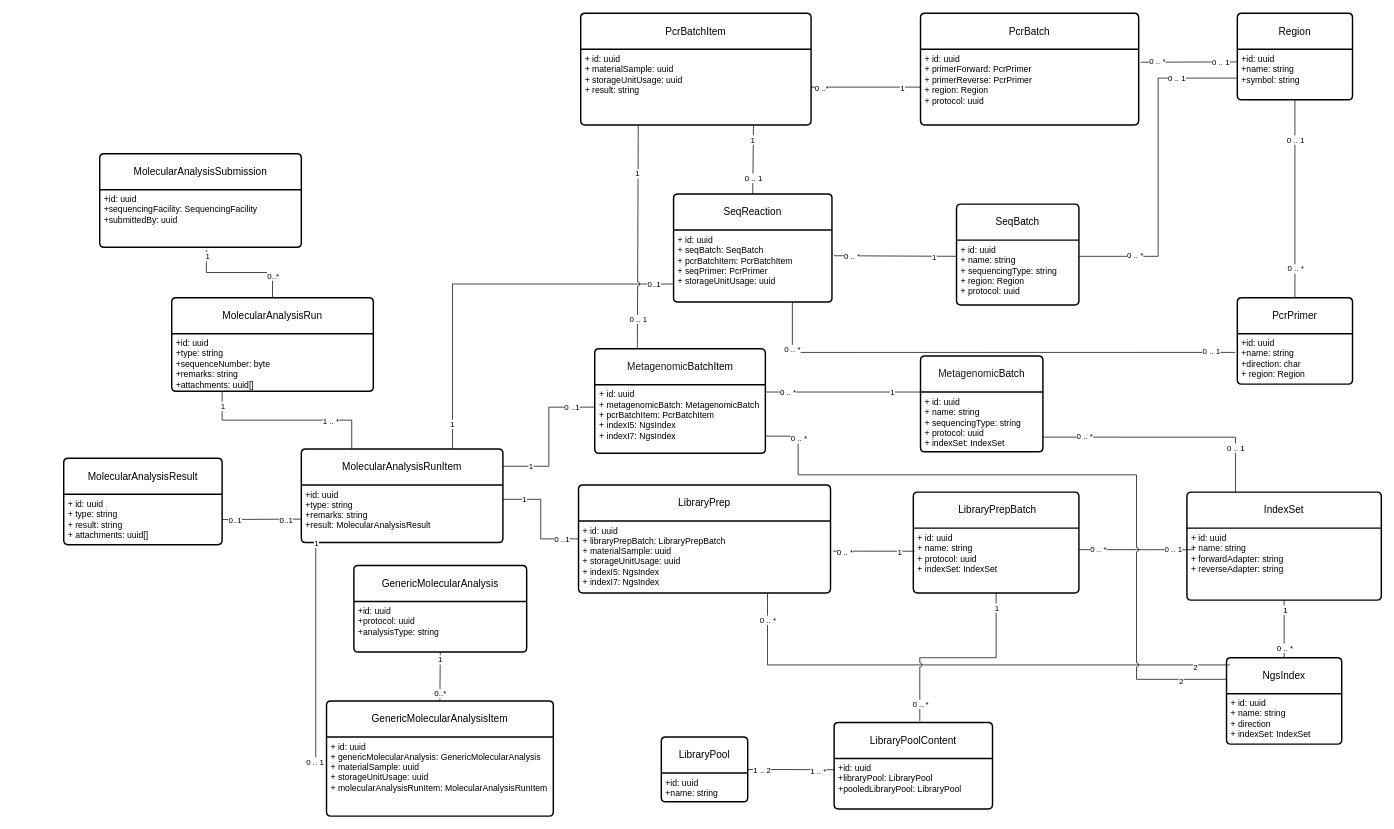
This is docs/sequencingModule.drawio from AAFC-BICoE/seqdb-api, a draw.io file, before an edit. Source tidied: cells renumbered, new cells numbered last; positions are measured from the earlier drawing's top-left corner, leaving out a move shared by most shapes. Both pictures are drawn from the tidied source at 72%, with x=0, y=0 at pixel (63, 13).
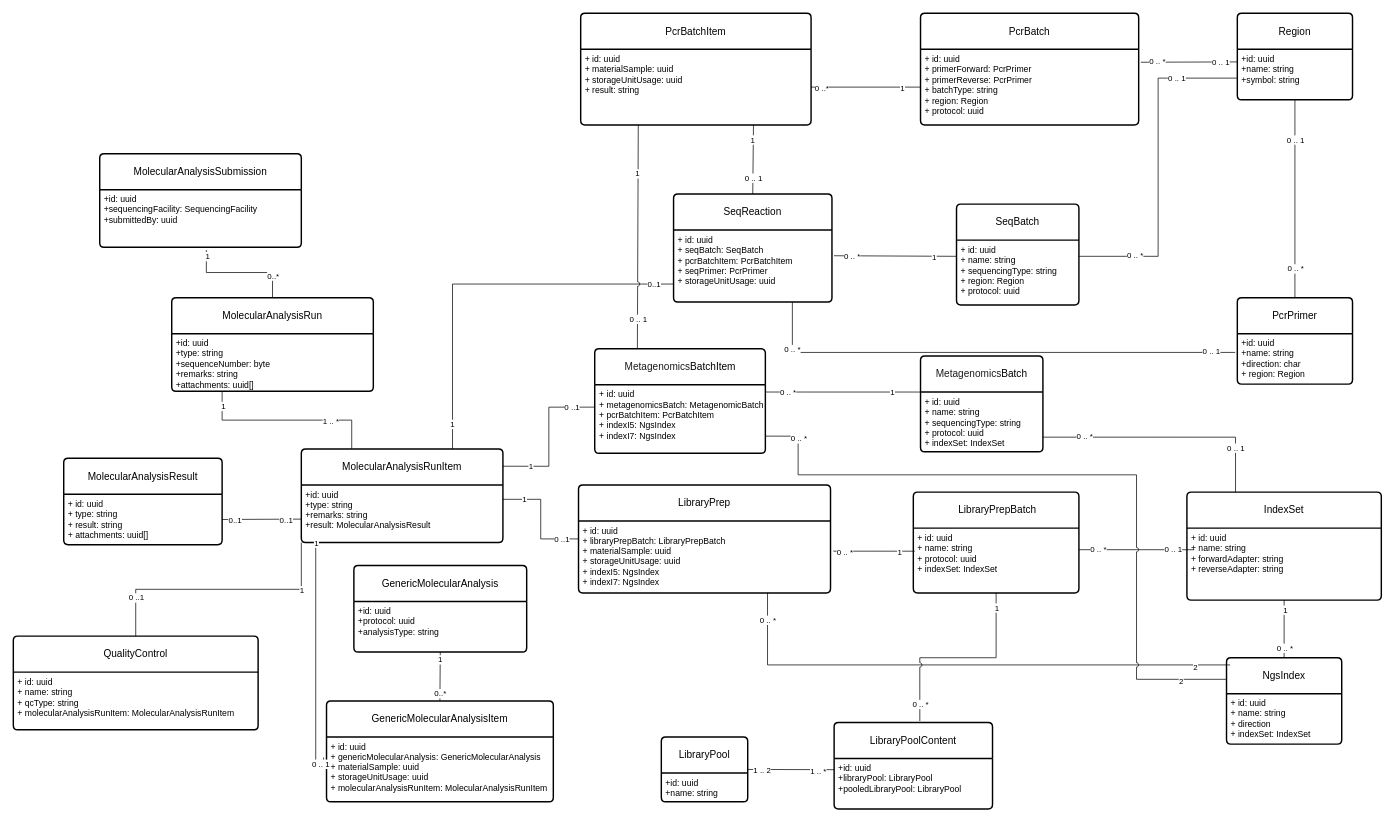
The same diagram, later.

Unchanged cells that the change refers to:
```xml
<mxCell id="4" value="PcrBatch" style="swimlane;horizontal=1;startSize=50;rounded=1;fontSize=14;fontStyle=0;strokeWidth=2;shadow=0;dashed=0;align=center;arcSize=4;whiteSpace=wrap;html=1;" parent="1" vertex="1">
  <mxGeometry x="1190" width="303" height="155" as="geometry" />
</mxCell>
<mxCell id="72" value="+id: uuid&lt;br&gt;+type: string&lt;br&gt;+remarks: string&lt;div&gt;+result: MolecularAnalysisResult&lt;/div&gt;" style="align=left;strokeColor=none;fillColor=none;spacingLeft=4;fontSize=12;verticalAlign=top;html=1;" parent="71" vertex="1">
  <mxGeometry y="50" width="280" height="80" as="geometry" />
</mxCell>
```

Change to the diagram source:
```diff
@@
-    <mxCell id="5" value="+ id: uuid&lt;div&gt;+ primerForward: PcrPrimer&lt;br&gt;+ primerReverse: PcrPrimer&lt;br&gt;+ region: Region&lt;div&gt;+&amp;nbsp;protocol: uuid&lt;/div&gt;&lt;/div&gt;" style="align=left;strokeColor=none;fillColor=none;spacingLeft=4;fontSize=12;verticalAlign=top;html=1;" parent="4" vertex="1">
+    <mxCell id="5" value="+ id: uuid&lt;div&gt;+ primerForward: PcrPrimer&lt;br&gt;+ primerReverse: PcrPrimer&lt;/div&gt;&lt;div&gt;+ batchType: string&lt;br&gt;+ region: Region&lt;div&gt;+&amp;nbsp;protocol: uuid&lt;/div&gt;&lt;/div&gt;" style="align=left;strokeColor=none;fillColor=none;spacingLeft=4;fontSize=12;verticalAlign=top;html=1;" parent="4" vertex="1">
       <mxGeometry y="50" width="303" height="105" as="geometry" />
     </mxCell>
@@
     <mxCell id="57" value="GenericMolecularAnalysisItem" style="swimlane;horizontal=1;startSize=50;rounded=1;fontSize=14;fontStyle=0;strokeWidth=2;shadow=0;dashed=0;align=center;arcSize=4;whiteSpace=wrap;html=1;" parent="1" vertex="1">
-      <mxGeometry x="365" y="955" width="315" height="160" as="geometry" />
+      <mxGeometry x="365" y="955" width="315" height="140" as="geometry" />
     </mxCell>
     <mxCell id="58" value="+ id: uuid&lt;div style=&quot;&quot;&gt;+ g&lt;span style=&quot;text-align: center; text-wrap: wrap;&quot;&gt;enericMolecularAnalysis:&amp;nbsp;&lt;/span&gt;&lt;span style=&quot;text-align: center; text-wrap: wrap;&quot;&gt;GenericMolecularAnalysis&lt;/span&gt;&lt;br&gt;+&amp;nbsp;materialSample: uuid&lt;div&gt;+&amp;nbsp;storageUnitUsage: uuid&lt;/div&gt;&lt;div&gt;+ molecularAnalysisRunItem: M&lt;span style=&quot;background-color: initial;&quot;&gt;olecularAnalysisRunItem&lt;/span&gt;&lt;/div&gt;&lt;/div&gt;" style="align=left;strokeColor=none;fillColor=none;spacingLeft=4;fontSize=12;verticalAlign=top;html=1;" parent="57" vertex="1">
-      <mxGeometry y="50" width="315" height="110" as="geometry" />
+      <mxGeometry y="50" width="315" height="90" as="geometry" />
     </mxCell>
@@
-    <mxCell id="98" value="&lt;font style=&quot;font-size: 14px;&quot;&gt;&lt;span style=&quot;color: rgb(27, 27, 27); text-align: start; background-color: rgb(255, 255, 255);&quot;&gt;&lt;font face=&quot;Helvetica&quot;&gt;Metagenomic&lt;/font&gt;&lt;/span&gt;Batch&lt;/font&gt;" style="swimlane;horizontal=1;startSize=50;rounded=1;fontSize=14;fontStyle=0;strokeWidth=2;shadow=0;dashed=0;align=center;arcSize=4;whiteSpace=wrap;html=1;" parent="1" vertex="1">
+    <mxCell id="98" value="&lt;font style=&quot;font-size: 14px;&quot;&gt;&lt;span style=&quot;color: rgb(27, 27, 27); text-align: start; background-color: rgb(255, 255, 255);&quot;&gt;&lt;font face=&quot;Helvetica&quot;&gt;Metagenomics&lt;/font&gt;&lt;/span&gt;Batch&lt;/font&gt;" style="swimlane;horizontal=1;startSize=50;rounded=1;fontSize=14;fontStyle=0;strokeWidth=2;shadow=0;dashed=0;align=center;arcSize=4;whiteSpace=wrap;html=1;" parent="1" vertex="1">
       <mxGeometry x="1190" y="476" width="170" height="133" as="geometry" />
     </mxCell>
@@
-    <mxCell id="100" value="&lt;font style=&quot;font-size: 14px;&quot;&gt;&lt;span style=&quot;color: rgb(27, 27, 27); text-align: start; background-color: rgb(255, 255, 255);&quot;&gt;&lt;font face=&quot;Helvetica&quot;&gt;Metagenomic&lt;/font&gt;&lt;/span&gt;BatchItem&lt;/font&gt;" style="swimlane;horizontal=1;startSize=50;rounded=1;fontSize=14;fontStyle=0;strokeWidth=2;shadow=0;dashed=0;align=center;arcSize=4;whiteSpace=wrap;html=1;" parent="1" vertex="1">
+    <mxCell id="100" value="&lt;font style=&quot;font-size: 14px;&quot;&gt;&lt;span style=&quot;color: rgb(27, 27, 27); text-align: start; background-color: rgb(255, 255, 255);&quot;&gt;&lt;font face=&quot;Helvetica&quot;&gt;Metagenomics&lt;/font&gt;&lt;/span&gt;BatchItem&lt;/font&gt;" style="swimlane;horizontal=1;startSize=50;rounded=1;fontSize=14;fontStyle=0;strokeWidth=2;shadow=0;dashed=0;align=center;arcSize=4;whiteSpace=wrap;html=1;" parent="1" vertex="1">
       <mxGeometry x="737.5" y="466" width="237" height="145" as="geometry" />
     </mxCell>
-    <mxCell id="101" value="+ id: uuid&lt;br&gt;+ metagenomicBatch: MetagenomicBatch&lt;div&gt;+ pcrBatchItem: PcrBatchItem&lt;/div&gt;&lt;div&gt;+ indexI5: NgsIndex&lt;br&gt;&lt;div&gt;+ indexI7: NgsIndex&lt;/div&gt;&lt;/div&gt;" style="align=left;strokeColor=none;fillColor=none;spacingLeft=4;fontSize=12;verticalAlign=top;html=1;" parent="100" vertex="1">
+    <mxCell id="101" value="+ id: uuid&lt;br&gt;+ metagenomicsBatch: MetagenomicBatch&lt;div&gt;+ pcrBatchItem: PcrBatchItem&lt;/div&gt;&lt;div&gt;+ indexI5: NgsIndex&lt;br&gt;&lt;div&gt;+ indexI7: NgsIndex&lt;/div&gt;&lt;/div&gt;" style="align=left;strokeColor=none;fillColor=none;spacingLeft=4;fontSize=12;verticalAlign=top;html=1;" parent="100" vertex="1">
       <mxGeometry y="50" width="237" height="95" as="geometry" />
     </mxCell>
@@
+    <mxCell id="117" value="QualityControl" style="swimlane;horizontal=1;startSize=50;rounded=1;fontSize=14;fontStyle=0;strokeWidth=2;shadow=0;dashed=0;align=center;arcSize=4;whiteSpace=wrap;html=1;" parent="1" vertex="1">
+      <mxGeometry x="-70" y="865" width="340" height="130" as="geometry" />
+    </mxCell>
+    <mxCell id="118" value="+ id: uuid&lt;br&gt;+ name: string&lt;div&gt;+ qcType: string&lt;/div&gt;&lt;div&gt;+&amp;nbsp;molecularAnalysisRunItem: MolecularAnalysisRunItem&lt;/div&gt;" style="align=left;strokeColor=none;fillColor=none;spacingLeft=4;fontSize=12;verticalAlign=top;html=1;" parent="117" vertex="1">
+      <mxGeometry y="50" width="340" height="80" as="geometry" />
+    </mxCell>
+    <mxCell id="119" style="endArrow=none;html=1;rounded=0;exitX=0;exitY=1;exitDx=0;exitDy=0;entryX=0.5;entryY=0;entryDx=0;entryDy=0;edgeStyle=orthogonalEdgeStyle;" parent="1" edge="1" source="72" target="117">
+      <mxGeometry relative="1" as="geometry" />
+    </mxCell>
+    <mxCell id="120" value="0 ..1" style="edgeLabel;html=1;align=center;verticalAlign=middle;" parent="119" vertex="1">
+      <mxGeometry x="0.7" relative="1" as="geometry" />
+    </mxCell>
+    <mxCell id="121" value="1" style="edgeLabel;html=1;align=center;verticalAlign=middle;" parent="119" vertex="1">
+      <mxGeometry x="-0.64" y="1" relative="1" as="geometry" />
+    </mxCell>
```
